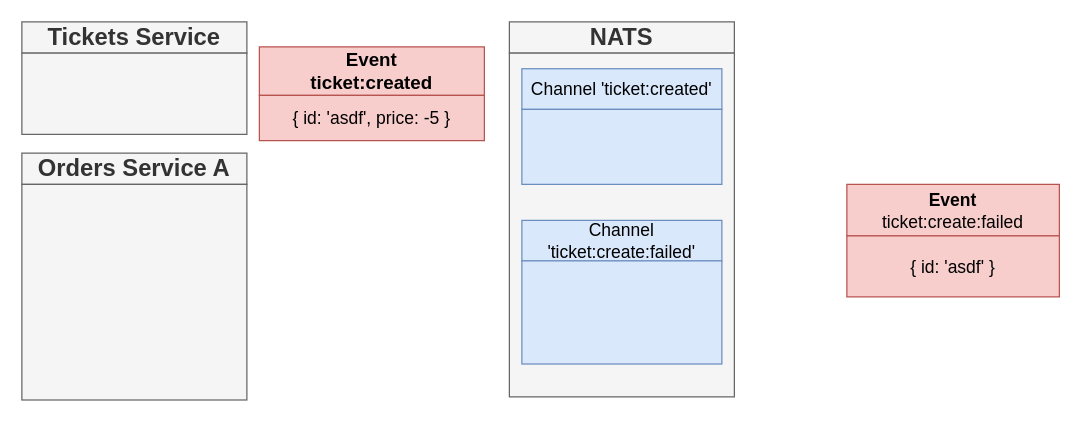
The draw.io diagram page "16 - inv" (18 of 19) of diagrams/08/01.drawio in HappySuzuki/microservices-cast, before the edit. Source tidied: cells renumbered, new cells numbered last; positions are measured from the earlier drawing's top-left corner, leaving out a move shared by most shapes. Both pictures are drawn from the tidied source at 125%, with x=0, y=0 at pixel (21, 21).
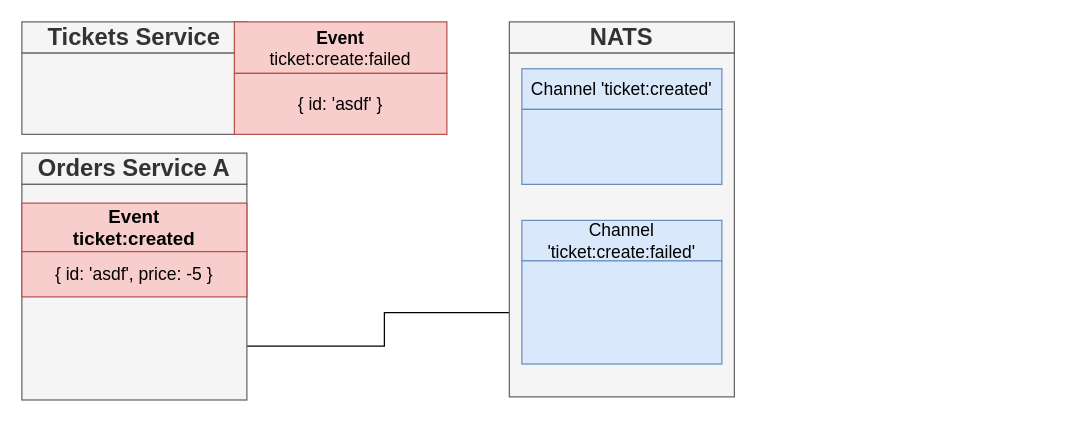
Above is the later version.

What changed in the source:
```diff
@@
 <mxGraphModel>
   <root>
     <mxCell id="0" />
     <mxCell id="1" parent="0" />
     <mxCell id="2" value="Orders Service A" style="rounded=0;whiteSpace=wrap;html=1;fontSize=19;fillColor=#f5f5f5;strokeColor=#666666;fontColor=#333333;fontStyle=1;" parent="1" vertex="1">
       <mxGeometry y="105" width="180" height="25" as="geometry" />
     </mxCell>
+    <mxCell id="16" style="edgeStyle=orthogonalEdgeStyle;rounded=0;jettySize=auto;html=1;exitX=1;exitY=0.75;exitDx=0;exitDy=0;fontSize=20;" parent="1" edge="1" source="3" target="11">
+      <mxGeometry relative="1" as="geometry" />
+    </mxCell>
     <mxCell id="3" style="rounded=0;whiteSpace=wrap;html=1;fontSize=22;fillColor=#f5f5f5;strokeColor=#666666;fontColor=#333333;fontStyle=1;" parent="1" vertex="1">
       <mxGeometry y="130" width="180" height="172.5" as="geometry" />
     </mxCell>
     <mxCell id="4" value="Tickets Service" style="rounded=0;whiteSpace=wrap;html=1;fontSize=19;fillColor=#f5f5f5;strokeColor=#666666;fontColor=#333333;fontStyle=1;" parent="1" vertex="1">
       <mxGeometry width="180" height="25" as="geometry" />
     </mxCell>
     <mxCell id="5" style="rounded=0;whiteSpace=wrap;html=1;fontSize=22;fillColor=#f5f5f5;strokeColor=#666666;fontColor=#333333;fontStyle=1;" parent="1" vertex="1">
       <mxGeometry y="25" width="180" height="65" as="geometry" />
     </mxCell>
     <mxCell id="6" value="NATS" style="rounded=0;whiteSpace=wrap;html=1;fontSize=19;fillColor=#f5f5f5;strokeColor=#666666;fontColor=#333333;fontStyle=1;" parent="1" vertex="1">
       <mxGeometry x="390" width="180" height="25" as="geometry" />
     </mxCell>
     <mxCell id="7" style="rounded=0;whiteSpace=wrap;html=1;fontSize=22;fillColor=#f5f5f5;strokeColor=#666666;fontColor=#333333;fontStyle=1;" parent="1" vertex="1">
       <mxGeometry x="390" y="25" width="180" height="275" as="geometry" />
     </mxCell>
     <mxCell id="8" value="Channel 'ticket:created'" style="rounded=0;whiteSpace=wrap;html=1;fontSize=14;fillColor=#dae8fc;strokeColor=#6c8ebf;" parent="1" vertex="1">
       <mxGeometry x="400" y="37.5" width="160" height="32.5" as="geometry" />
     </mxCell>
     <mxCell id="9" style="rounded=0;whiteSpace=wrap;html=1;fontSize=14;fillColor=#dae8fc;strokeColor=#6c8ebf;" parent="1" vertex="1">
       <mxGeometry x="400" y="70" width="160" height="60" as="geometry" />
     </mxCell>
     <mxCell id="10" value="Channel 'ticket:create:failed'" style="rounded=0;whiteSpace=wrap;html=1;fontSize=14;fillColor=#dae8fc;strokeColor=#6c8ebf;" parent="1" vertex="1">
       <mxGeometry x="400" y="158.8" width="160" height="32.5" as="geometry" />
     </mxCell>
     <mxCell id="11" style="rounded=0;whiteSpace=wrap;html=1;fontSize=14;fillColor=#dae8fc;strokeColor=#6c8ebf;" parent="1" vertex="1">
       <mxGeometry x="400" y="191.2" width="160" height="82.5" as="geometry" />
     </mxCell>
     <mxCell id="12" value="&lt;b style=&quot;font-size: 14px&quot;&gt;Event&lt;br&gt;&lt;/b&gt;ticket:create:failed" style="rounded=0;whiteSpace=wrap;html=1;fontSize=14;fillColor=#f8cecc;strokeColor=#b85450;" parent="1" vertex="1">
-      <mxGeometry x="660" y="130" width="170" height="41.2" as="geometry" />
+      <mxGeometry x="170" width="170" height="41.2" as="geometry" />
     </mxCell>
     <mxCell id="13" value="{ id: 'asdf' }" style="rounded=0;whiteSpace=wrap;html=1;fontSize=14;fillColor=#f8cecc;strokeColor=#b85450;fontStyle=0;" parent="1" vertex="1">
-      <mxGeometry x="660" y="171.2" width="170" height="48.8" as="geometry" />
+      <mxGeometry x="170" y="41.2" width="170" height="48.8" as="geometry" />
     </mxCell>
     <mxCell id="14" value="&lt;b style=&quot;font-size: 15px;&quot;&gt;Event&lt;br style=&quot;font-size: 15px;&quot;&gt;ticket:created&lt;br style=&quot;font-size: 15px;&quot;&gt;&lt;/b&gt;" style="rounded=0;whiteSpace=wrap;html=1;fontSize=15;fillColor=#f8cecc;strokeColor=#b85450;" parent="1" vertex="1">
-      <mxGeometry x="190" y="20" width="180" height="38.8" as="geometry" />
+      <mxGeometry y="145" width="180" height="38.8" as="geometry" />
     </mxCell>
     <mxCell id="15" value="{ id: 'asdf', price: -5 }" style="rounded=0;whiteSpace=wrap;html=1;fontSize=14;fillColor=#f8cecc;strokeColor=#b85450;fontStyle=0;" parent="1" vertex="1">
-      <mxGeometry x="190" y="58.8" width="180" height="36.2" as="geometry" />
+      <mxGeometry y="183.8" width="180" height="36.2" as="geometry" />
     </mxCell>
   </root>
 </mxGraphModel>
```
